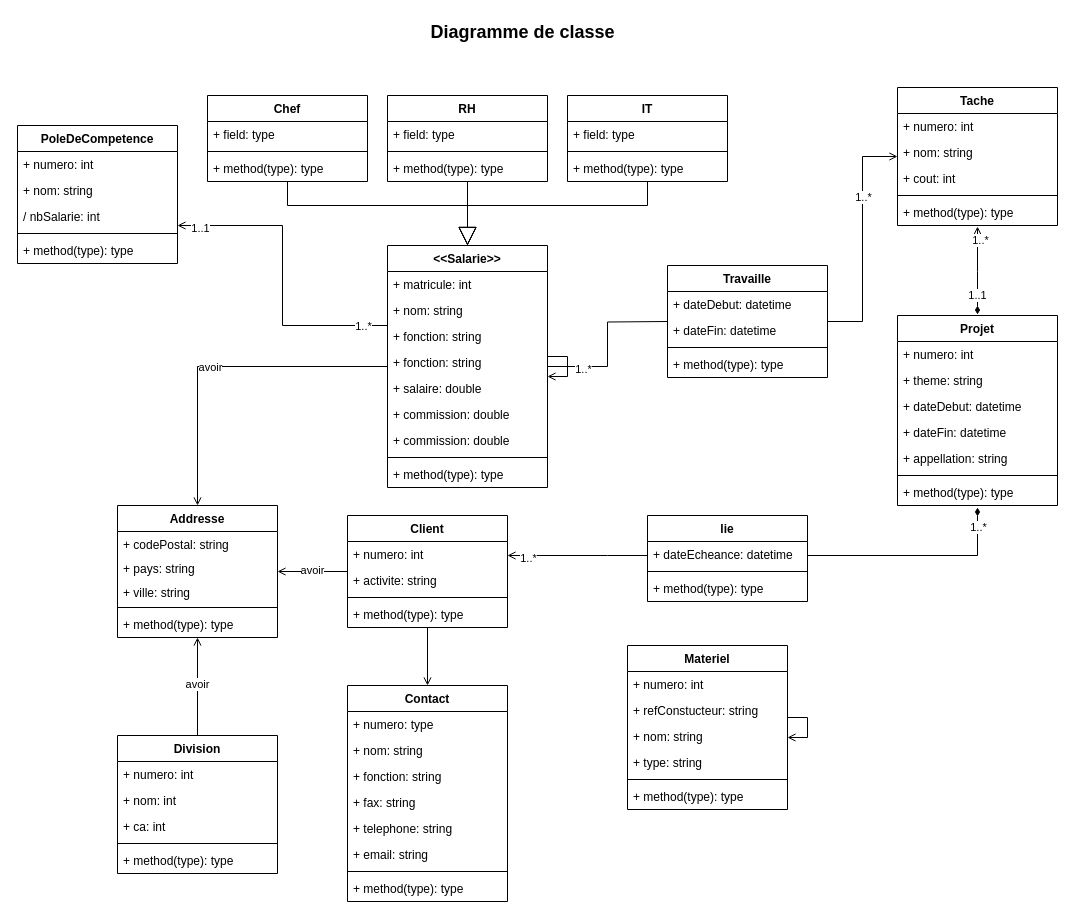
Earlier version of the draw.io diagram page "Class Diagram" (3 of 5) of UML Diagrams/Intelcia.drawio (Fullstack-Java-Angular/intelcia-group). Source tidied: cells renumbered, new cells numbered last; positions are measured from the earlier drawing's top-left corner, leaving out a move shared by most shapes. Both pictures are drawn from the tidied source at 100%, with x=0, y=0 at pixel (17, 17).
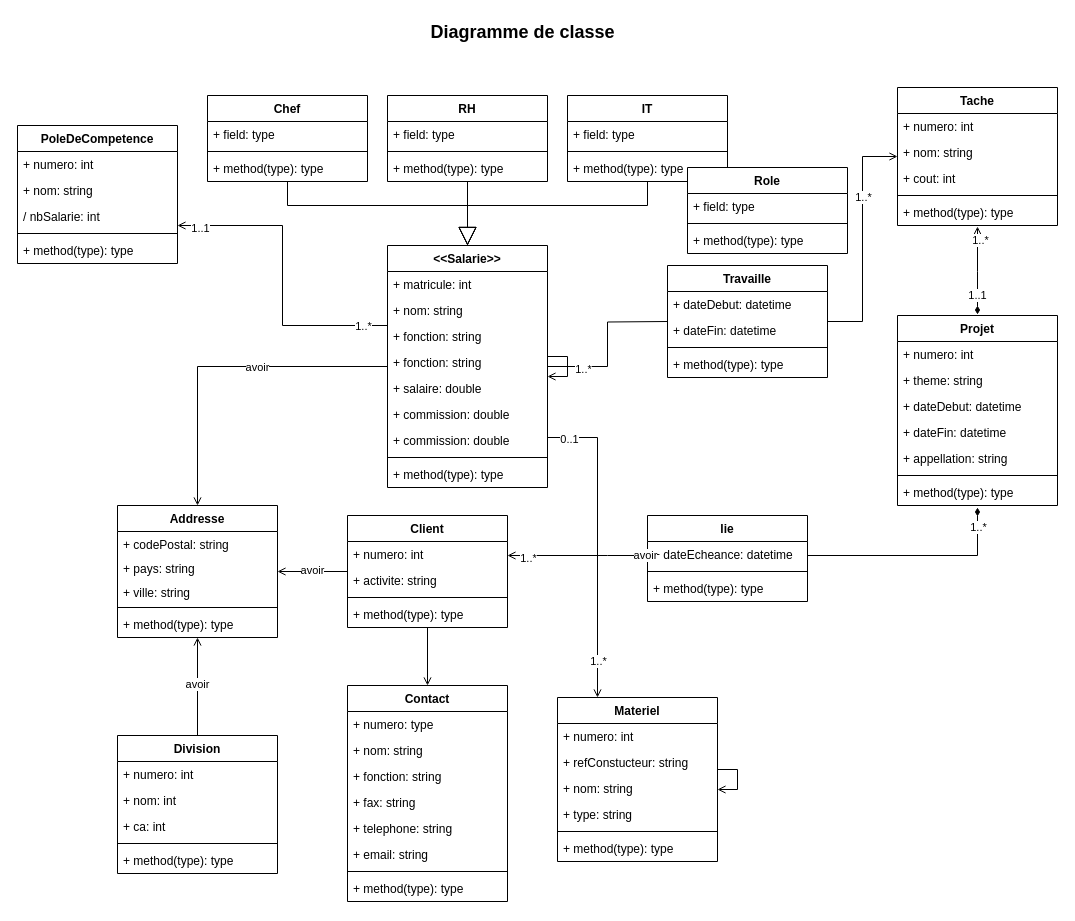
The same page after the edit.

Commit message (it also covers changes not shown here):
Add role entity to ER diagram

Unchanged cells that the change refers to:
```xml
<mxCell id="2" style="edgeStyle=orthogonalEdgeStyle;rounded=0;jettySize=auto;html=1;fontFamily=Agave;startArrow=none;startFill=0;endArrow=open;endFill=0;" parent="1" edge="1" source="9" target="81">
  <mxGeometry relative="1" as="geometry" />
</mxCell>
<mxCell id="9" value="&lt;&lt;Salarie&gt;&gt;" style="swimlane;fontStyle=1;align=center;verticalAlign=top;horizontal=1;startSize=26;fontFamily=Agave;" parent="1" vertex="1">
  <mxGeometry x="370" y="228" width="160" height="242" as="geometry" />
</mxCell>
```

Diff of the diagram source:
```diff
@@
     <mxCell id="3" value="avoir" style="edgeLabel;html=1;align=center;verticalAlign=middle;fontFamily=Agave;" parent="2" vertex="1">
-      <mxGeometry x="0.08" relative="1" as="geometry" />
+      <mxGeometry x="0.08" relative="1" as="geometry">
+        <mxPoint x="47" as="offset" />
+      </mxGeometry>
     </mxCell>
@@
     <mxCell id="41" value="Materiel" style="swimlane;fontStyle=1;align=center;verticalAlign=top;horizontal=1;startSize=26;fontFamily=Agave;" parent="1" vertex="1">
-      <mxGeometry x="610" y="628" width="160" height="164" as="geometry" />
+      <mxGeometry x="540" y="680" width="160" height="164" as="geometry" />
     </mxCell>
@@
+    <mxCell id="112" style="edgeStyle=orthogonalEdgeStyle;rounded=0;jettySize=auto;html=1;fontFamily=Agave;startArrow=none;startFill=0;endArrow=open;endFill=0;entryX=0.25;entryY=0;entryDx=0;entryDy=0;" parent="1" edge="1" source="9" target="41">
+      <mxGeometry relative="1" as="geometry">
+        <Array as="points">
+          <mxPoint x="580" y="420" />
+        </Array>
+      </mxGeometry>
+    </mxCell>
+    <mxCell id="113" value="avoir" style="edgeLabel;html=1;align=center;verticalAlign=middle;fontFamily=Agave;" parent="112" vertex="1">
+      <mxGeometry x="0.08" relative="1" as="geometry">
+        <mxPoint x="47" as="offset" />
+      </mxGeometry>
+    </mxCell>
+    <mxCell id="114" value="0..1" style="edgeLabel;html=1;align=center;verticalAlign=middle;fontFamily=Agave;" parent="112" vertex="1">
+      <mxGeometry x="-0.92" y="-3" relative="1" as="geometry">
+        <mxPoint x="9" y="-2" as="offset" />
+      </mxGeometry>
+    </mxCell>
+    <mxCell id="115" value="1..*" style="edgeLabel;html=1;align=center;verticalAlign=middle;fontFamily=Agave;" parent="112" vertex="1">
+      <mxGeometry x="0.76" relative="1" as="geometry" />
+    </mxCell>
+    <mxCell id="116" value="Role" style="swimlane;fontStyle=1;align=center;verticalAlign=top;horizontal=1;startSize=26;fontFamily=Agave;" parent="1" vertex="1">
+      <mxGeometry x="670" y="150" width="160" height="86" as="geometry" />
+    </mxCell>
+    <mxCell id="117" value="+ field: type" style="text;strokeColor=none;fillColor=none;align=left;verticalAlign=top;spacingLeft=4;spacingRight=4;overflow=hidden;fontFamily=Agave;" parent="116" vertex="1">
+      <mxGeometry y="26" width="160" height="26" as="geometry" />
+    </mxCell>
+    <mxCell id="118" style="line;strokeWidth=1;fillColor=none;align=left;verticalAlign=middle;spacingTop=-1;spacingLeft=3;spacingRight=3;labelPosition=right;" parent="116" vertex="1">
+      <mxGeometry y="52" width="160" height="8" as="geometry" />
+    </mxCell>
+    <mxCell id="119" value="+ method(type): type" style="text;strokeColor=none;fillColor=none;align=left;verticalAlign=top;spacingLeft=4;spacingRight=4;overflow=hidden;fontFamily=Agave;" parent="116" vertex="1">
+      <mxGeometry y="60" width="160" height="26" as="geometry" />
+    </mxCell>
```
